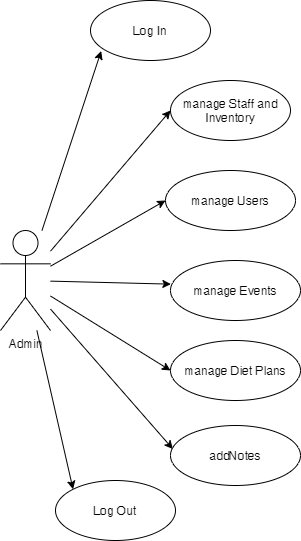
renttrent/Techengers keeps this draw.io diagram as Diagrams/UML/UseCases/Admin.png. Above is the earlier version. Source tidied: cells renumbered, new cells last; positions are measured from the earlier drawing's top-left corner, leaving out a move shared by most shapes.
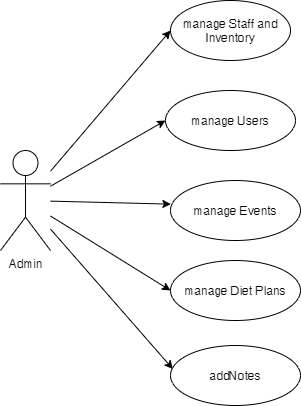
The same file after the commit.

Change to the diagram source:
```diff
@@ -2,9 +2,6 @@
   <root>
     <mxCell id="0" />
     <mxCell id="1" parent="0" />
-    <mxCell id="2" style="edgeStyle=none;rounded=0;jettySize=auto;html=1;entryX=0.089;entryY=0.843;entryDx=0;entryDy=0;entryPerimeter=0;" parent="1" edge="1" source="9" target="10">
-      <mxGeometry relative="1" as="geometry" />
-    </mxCell>
     <mxCell id="3" style="edgeStyle=none;rounded=0;jettySize=auto;html=1;entryX=0;entryY=0.5;entryDx=0;entryDy=0;" parent="1" edge="1" source="9" target="12">
       <mxGeometry relative="1" as="geometry" />
     </mxCell>
@@ -20,18 +17,9 @@
     <mxCell id="7" style="edgeStyle=none;rounded=0;jettySize=auto;html=1;entryX=0.018;entryY=0.391;entryDx=0;entryDy=0;entryPerimeter=0;" parent="1" edge="1" source="9" target="15">
       <mxGeometry relative="1" as="geometry" />
     </mxCell>
-    <mxCell id="8" style="edgeStyle=none;rounded=0;jettySize=auto;html=1;entryX=0;entryY=0;entryDx=0;entryDy=0;" parent="1" edge="1" source="9" target="11">
-      <mxGeometry relative="1" as="geometry" />
-    </mxCell>
     <mxCell id="9" value="Admin" style="shape=umlActor;verticalLabelPosition=bottom;verticalAlign=top;html=1;outlineConnect=0;" parent="1" vertex="1">
       <mxGeometry y="230" width="50" height="100" as="geometry" />
     </mxCell>
-    <mxCell id="10" value="Log In" style="ellipse;whiteSpace=wrap;html=1;" parent="1" vertex="1">
-      <mxGeometry x="90" width="120" height="60" as="geometry" />
-    </mxCell>
-    <mxCell id="11" value="Log Out" style="ellipse;whiteSpace=wrap;html=1;" parent="1" vertex="1">
-      <mxGeometry x="55" y="480" width="120" height="60" as="geometry" />
-    </mxCell>
     <mxCell id="12" value="manage Staff and Inventory" style="ellipse;whiteSpace=wrap;html=1;" parent="1" vertex="1">
       <mxGeometry x="170" y="80" width="120" height="60" as="geometry" />
     </mxCell>
```
